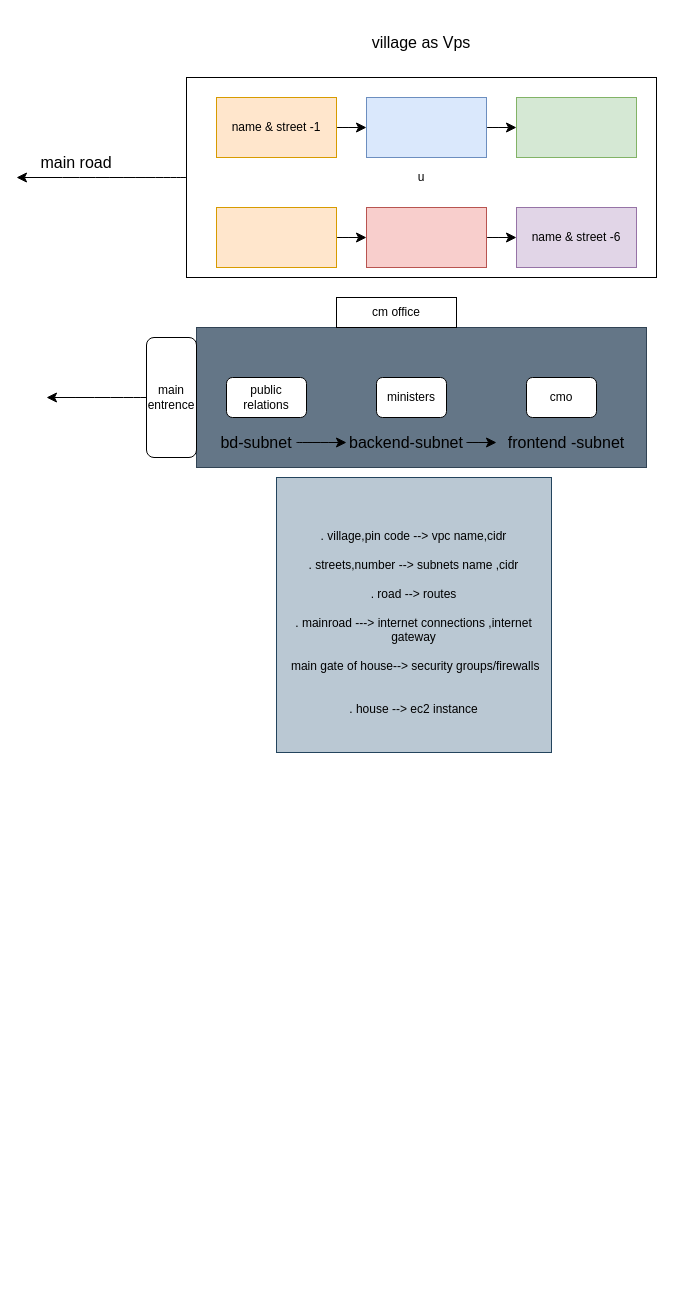
Earlier version of the draw.io diagram vpc  .drawio (Raidi13/diagrams). Source tidied: cells renumbered, new cells numbered last; positions are measured from the earlier drawing's top-left corner, leaving out a move shared by most shapes. Both pictures are drawn from the tidied source at 100%, with x=0, y=0 at pixel (16, 17).
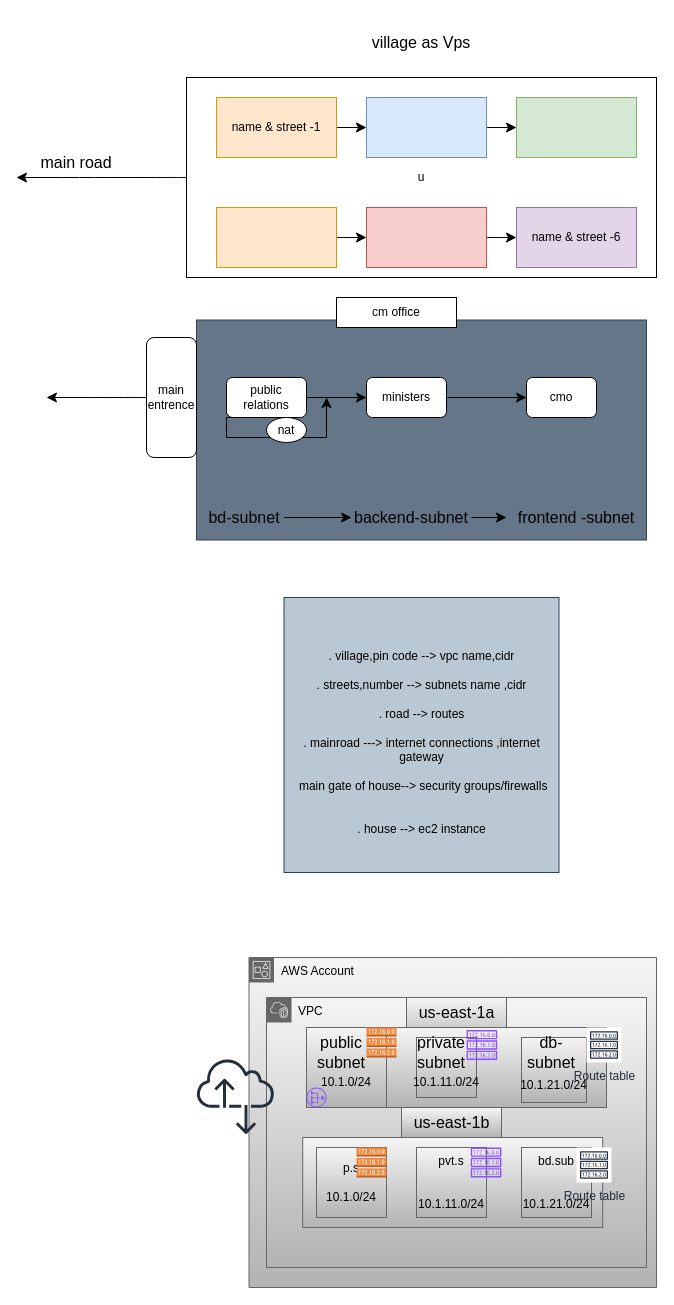
After the change.

The change refers to these unchanged cells:
```xml
<mxCell id="15" value="public relations" style="rounded=1;whiteSpace=wrap;html=1;" parent="1" vertex="1">
  <mxGeometry x="210" y="360" width="80" height="40" as="geometry" />
</mxCell>
<mxCell id="17" value="cmo" style="rounded=1;whiteSpace=wrap;html=1;" parent="1" vertex="1">
  <mxGeometry x="510" y="360" width="70" height="40" as="geometry" />
</mxCell>
```

The edit, as a diff of the source:
```diff
@@
     <mxCell id="14" style="rounded=0;whiteSpace=wrap;html=1;fillColor=#647687;fontColor=#ffffff;strokeColor=#314354;" parent="1" vertex="1">
-      <mxGeometry x="180" y="310" width="450" height="140" as="geometry" />
+      <mxGeometry x="180" y="302.5" width="450" height="220" as="geometry" />
     </mxCell>
+    <mxCell id="30" style="edgeStyle=orthogonalEdgeStyle;rounded=0;jettySize=auto;html=1;entryX=0;entryY=0.5;entryDx=0;entryDy=0;fontSize=12;startSize=8;endSize=8;" parent="1" edge="1" source="33">
+      <mxGeometry relative="1" as="geometry">
+        <mxPoint x="310" y="380" as="targetPoint" />
+        <Array as="points">
+          <mxPoint x="210" y="400" />
+          <mxPoint x="210" y="420" />
+          <mxPoint x="310" y="420" />
+        </Array>
+      </mxGeometry>
+    </mxCell>
+    <mxCell id="31" style="edgeStyle=elbowEdgeStyle;rounded=0;jettySize=auto;html=1;fontSize=12;startSize=8;endSize=8;" parent="1" edge="1" source="15" target="16">
+      <mxGeometry relative="1" as="geometry" />
+    </mxCell>
@@
+    <mxCell id="32" style="edgeStyle=none;curved=1;rounded=0;jettySize=auto;html=1;fontSize=12;startSize=8;endSize=8;" parent="1" edge="1" source="16" target="17">
+      <mxGeometry relative="1" as="geometry" />
+    </mxCell>
     <mxCell id="16" value="ministers" style="rounded=1;whiteSpace=wrap;html=1;" parent="1" vertex="1">
-      <mxGeometry x="360" y="360" width="70" height="40" as="geometry" />
+      <mxGeometry x="350" y="360" width="80" height="40" as="geometry" />
     </mxCell>
@@
     <mxCell id="22" value="&lt;div&gt;&lt;br&gt;&lt;/div&gt;&lt;div&gt;. village,pin code --&amp;gt; vpc name,cidr&lt;/div&gt;&lt;div&gt;&lt;br&gt;&lt;/div&gt;&lt;div&gt;. streets,number --&amp;gt; subnets name ,cidr&lt;/div&gt;&lt;div&gt;&lt;br&gt;&lt;/div&gt;&lt;div&gt;. road --&amp;gt; routes&lt;/div&gt;&lt;div&gt;&lt;br&gt;&lt;/div&gt;&lt;div&gt;. mainroad ---&amp;gt; internet connections ,internet gateway&lt;/div&gt;&lt;div&gt;&lt;br&gt;&lt;/div&gt;&lt;div&gt;&amp;nbsp;main gate of house--&amp;gt; security groups/firewalls&lt;/div&gt;&lt;div&gt;&lt;br&gt;&lt;/div&gt;&lt;div&gt;&lt;br&gt;&lt;/div&gt;&lt;div&gt;. house --&amp;gt; ec2 instance&lt;/div&gt;" style="whiteSpace=wrap;html=1;fillColor=#bac8d3;strokeColor=#23445d;" parent="1" vertex="1">
-      <mxGeometry x="260" y="460" width="275" height="275" as="geometry" />
+      <mxGeometry x="267.5" y="580" width="275" height="275" as="geometry" />
     </mxCell>
@@
     <mxCell id="25" value="frontend -subnet" style="text;html=1;align=center;verticalAlign=middle;whiteSpace=wrap;rounded=0;fontSize=16;" parent="1" vertex="1">
-      <mxGeometry x="480" y="410" width="140" height="30" as="geometry" />
+      <mxGeometry x="490" y="485" width="140" height="30" as="geometry" />
     </mxCell>
@@
     <mxCell id="27" value="backend-subnet" style="text;html=1;align=center;verticalAlign=middle;whiteSpace=wrap;rounded=0;fontSize=16;" parent="1" vertex="1">
-      <mxGeometry x="330" y="410" width="120" height="30" as="geometry" />
+      <mxGeometry x="335" y="485" width="120" height="30" as="geometry" />
     </mxCell>
@@
     <mxCell id="29" value="bd-subnet" style="text;html=1;align=center;verticalAlign=middle;whiteSpace=wrap;rounded=0;fontSize=16;" parent="1" vertex="1">
-      <mxGeometry x="200" y="410" width="80" height="30" as="geometry" />
+      <mxGeometry x="187.5" y="485" width="80" height="30" as="geometry" />
     </mxCell>
+    <mxCell id="33" value="nat" style="ellipse;whiteSpace=wrap;html=1;" parent="1" vertex="1">
+      <mxGeometry x="250" y="400" width="40" height="25" as="geometry" />
+    </mxCell>
+    <mxCell id="34" value="AWS Account" style="gradientColor=#b3b3b3;html=1;whiteSpace=wrap;fontSize=12;fontStyle=0;shape=mxgraph.aws4.group;grIcon=mxgraph.aws4.group_account;strokeColor=#666666;fillColor=#f5f5f5;verticalAlign=top;align=left;spacingLeft=30;dashed=0;" parent="1" vertex="1">
+      <mxGeometry x="232.5" y="940" width="407.5" height="330" as="geometry" />
+    </mxCell>
+    <mxCell id="35" value="VPC" style="gradientColor=#b3b3b3;html=1;whiteSpace=wrap;fontSize=12;fontStyle=0;shape=mxgraph.aws4.group;grIcon=mxgraph.aws4.group_vpc2;strokeColor=#666666;fillColor=#f5f5f5;verticalAlign=top;align=left;spacingLeft=30;dashed=0;" parent="34" vertex="1">
+      <mxGeometry x="17.5" y="40" width="380" height="270" as="geometry" />
+    </mxCell>
+    <mxCell id="36" style="rounded=0;whiteSpace=wrap;html=1;fillColor=#f5f5f5;gradientColor=#b3b3b3;strokeColor=#666666;" parent="35" vertex="1">
+      <mxGeometry x="40" y="30" width="300" height="80" as="geometry" />
+    </mxCell>
+    <mxCell id="37" style="rounded=0;whiteSpace=wrap;html=1;fillColor=#f5f5f5;gradientColor=#b3b3b3;strokeColor=#666666;" parent="35" vertex="1">
+      <mxGeometry x="36.2" y="140" width="300" height="90" as="geometry" />
+    </mxCell>
+    <mxCell id="38" style="edgeStyle=none;curved=1;rounded=0;jettySize=auto;html=1;fontSize=12;startSize=8;endSize=8;fillColor=#f5f5f5;gradientColor=#b3b3b3;strokeColor=#666666;" parent="35" edge="1" source="39" target="37">
+      <mxGeometry relative="1" as="geometry" />
+    </mxCell>
+    <mxCell id="39" value="us-east-1b" style="text;html=1;align=center;verticalAlign=middle;points=[];strokeColor=#666666;fillColor=#f5f5f5;fontSize=16;gradientColor=#b3b3b3;" parent="35" vertex="1">
+      <mxGeometry x="135" y="110" width="100" height="30" as="geometry" />
+    </mxCell>
+    <mxCell id="40" value="us-east-1a&lt;div&gt;&lt;br&gt;&lt;/div&gt;" style="text;html=1;align=center;verticalAlign=middle;strokeColor=#666666;fillColor=#f5f5f5;fontSize=16;gradientColor=#b3b3b3;" parent="35" vertex="1">
+      <mxGeometry x="140" width="100" height="50" as="geometry" />
+    </mxCell>
+    <mxCell id="41" style="whiteSpace=wrap;html=1;fillColor=#f5f5f5;gradientColor=#b3b3b3;strokeColor=#666666;" parent="35" vertex="1">
+      <mxGeometry x="50" y="40" width="60" height="60" as="geometry" />
+    </mxCell>
+    <mxCell id="42" style="rounded=0;whiteSpace=wrap;html=1;fillColor=#f5f5f5;gradientColor=#b3b3b3;strokeColor=#666666;" parent="35" vertex="1">
+      <mxGeometry x="40" y="30" width="300" height="80" as="geometry" />
+    </mxCell>
+    <mxCell id="43" value="&lt;div&gt;&lt;br&gt;&lt;/div&gt;&lt;div&gt;&lt;br&gt;&lt;/div&gt;&lt;div&gt;10.1.0/24&lt;/div&gt;" style="whiteSpace=wrap;html=1;fillColor=#f5f5f5;strokeColor=#666666;gradientColor=#b3b3b3;" parent="35" vertex="1">
+      <mxGeometry x="40" y="30" width="80" height="80" as="geometry" />
+    </mxCell>
+    <mxCell id="44" value="&lt;div&gt;&lt;br&gt;&lt;/div&gt;&lt;div&gt;&lt;div&gt;&lt;br&gt;&lt;/div&gt;&lt;div&gt;10.1.11.0/24&lt;/div&gt;&lt;/div&gt;" style="whiteSpace=wrap;html=1;fillColor=#f5f5f5;strokeColor=#666666;gradientColor=#b3b3b3;" parent="35" vertex="1">
+      <mxGeometry x="150" y="40" width="60" height="60" as="geometry" />
+    </mxCell>
+    <mxCell id="45" value="&lt;div&gt;&lt;br&gt;&lt;/div&gt;&lt;div&gt;&lt;div&gt;&lt;br&gt;&lt;/div&gt;&lt;div&gt;10.1.21.0/24&lt;/div&gt;&lt;/div&gt;" style="whiteSpace=wrap;html=1;fillColor=#f5f5f5;strokeColor=#666666;gradientColor=#b3b3b3;" parent="35" vertex="1">
+      <mxGeometry x="255" y="40" width="65" height="65" as="geometry" />
+    </mxCell>
+    <mxCell id="46" value="pvt.s&lt;div&gt;&lt;br&gt;&lt;/div&gt;&lt;div&gt;&lt;div&gt;&lt;br&gt;&lt;/div&gt;&lt;div&gt;10.1.11.0/24&lt;/div&gt;&lt;/div&gt;" style="whiteSpace=wrap;html=1;fillColor=#f5f5f5;strokeColor=#666666;gradientColor=#b3b3b3;" parent="35" vertex="1">
+      <mxGeometry x="150" y="150" width="70" height="70" as="geometry" />
+    </mxCell>
+    <mxCell id="47" value="p.s&lt;br&gt;&lt;div&gt;&lt;div&gt;&lt;br&gt;&lt;/div&gt;&lt;div&gt;10.1.0/24&lt;/div&gt;&lt;/div&gt;" style="whiteSpace=wrap;html=1;fillColor=#f5f5f5;strokeColor=#666666;gradientColor=#b3b3b3;" parent="35" vertex="1">
+      <mxGeometry x="50" y="150" width="70" height="70" as="geometry" />
+    </mxCell>
+    <mxCell id="48" value="bd.sub&lt;div&gt;&lt;br&gt;&lt;/div&gt;&lt;div&gt;&lt;div&gt;&lt;br&gt;&lt;/div&gt;&lt;div&gt;10.1.21.0/24&lt;/div&gt;&lt;/div&gt;" style="whiteSpace=wrap;html=1;fillColor=#f5f5f5;strokeColor=#666666;gradientColor=#b3b3b3;" parent="35" vertex="1">
+      <mxGeometry x="255" y="150" width="70" height="70" as="geometry" />
+    </mxCell>
+    <mxCell id="49" value="public subnet" style="text;html=1;align=center;verticalAlign=middle;whiteSpace=wrap;rounded=0;fontSize=16;" parent="35" vertex="1">
+      <mxGeometry x="50" y="40" width="50" height="30" as="geometry" />
+    </mxCell>
+    <mxCell id="50" value="private&lt;div&gt;subnet&lt;/div&gt;" style="text;html=1;align=center;verticalAlign=middle;whiteSpace=wrap;rounded=0;fontSize=16;" parent="35" vertex="1">
+      <mxGeometry x="150" y="40" width="50" height="30" as="geometry" />
+    </mxCell>
+    <mxCell id="51" value="db-subnet" style="text;html=1;align=center;verticalAlign=middle;whiteSpace=wrap;rounded=0;fontSize=16;" parent="35" vertex="1">
+      <mxGeometry x="260" y="40" width="50" height="30" as="geometry" />
+    </mxCell>
+    <mxCell id="52" style="sketch=0;fontColor=#232F3E;gradientColor=none;fillColor=#8C4FFF;strokeColor=none;dashed=0;verticalLabelPosition=bottom;verticalAlign=top;align=center;html=1;fontSize=12;fontStyle=0;shape=mxgraph.aws4.nat_gateway;" parent="35" vertex="1">
+      <mxGeometry x="40" y="90" width="20" height="20" as="geometry" />
+    </mxCell>
+    <mxCell id="53" style="dashed=0;verticalLabelPosition=bottom;verticalAlign=top;align=center;html=1;shape=mxgraph.aws3.route_table;fillColor=#F58536;gradientColor=none;" parent="35" vertex="1">
+      <mxGeometry x="100" y="30" width="30" height="30" as="geometry" />
+    </mxCell>
+    <mxCell id="54" value="Route table" style="sketch=0;fontColor=#232F3E;gradientColor=none;strokeColor=#232F3E;fillColor=#ffffff;dashed=0;verticalLabelPosition=bottom;verticalAlign=top;align=center;html=1;fontSize=12;fontStyle=0;shape=mxgraph.aws4.resourceIcon;resIcon=mxgraph.aws4.route_table;" parent="35" vertex="1">
+      <mxGeometry x="320" y="30" width="35" height="35" as="geometry" />
+    </mxCell>
+    <mxCell id="55" style="sketch=0;fontColor=#232F3E;gradientColor=none;fillColor=#8C4FFF;strokeColor=none;dashed=0;verticalLabelPosition=bottom;verticalAlign=top;align=center;html=1;fontSize=12;fontStyle=0;shape=mxgraph.aws4.route_table;" parent="35" vertex="1">
+      <mxGeometry x="204.2" y="150" width="30.8" height="30" as="geometry" />
+    </mxCell>
+    <mxCell id="56" value="Route table" style="sketch=0;fontColor=#232F3E;gradientColor=none;strokeColor=#232F3E;fillColor=#ffffff;dashed=0;verticalLabelPosition=bottom;verticalAlign=top;align=center;html=1;fontSize=12;fontStyle=0;shape=mxgraph.aws4.resourceIcon;resIcon=mxgraph.aws4.route_table;" parent="35" vertex="1">
+      <mxGeometry x="310" y="150" width="35" height="35" as="geometry" />
+    </mxCell>
+    <mxCell id="57" style="dashed=0;verticalLabelPosition=bottom;verticalAlign=top;align=center;html=1;shape=mxgraph.aws3.route_table;fillColor=#F58536;gradientColor=none;" parent="35" vertex="1">
+      <mxGeometry x="90" y="150" width="30" height="30" as="geometry" />
+    </mxCell>
+    <mxCell id="58" style="sketch=0;fontColor=#232F3E;gradientColor=none;fillColor=#8C4FFF;strokeColor=none;dashed=0;verticalLabelPosition=bottom;verticalAlign=top;align=center;html=1;fontSize=12;fontStyle=0;shape=mxgraph.aws4.route_table;" parent="35" vertex="1">
+      <mxGeometry x="200" y="32.5" width="30.8" height="30" as="geometry" />
+    </mxCell>
+    <mxCell id="59" style="sketch=0;fontColor=#232F3E;gradientColor=none;fillColor=#232F3D;strokeColor=none;dashed=0;verticalLabelPosition=bottom;verticalAlign=top;align=center;html=1;fontSize=12;fontStyle=0;shape=mxgraph.aws4.internet_alt2;" parent="1" vertex="1">
+      <mxGeometry x="180" y="1040" width="78" height="78" as="geometry" />
+    </mxCell>
```
